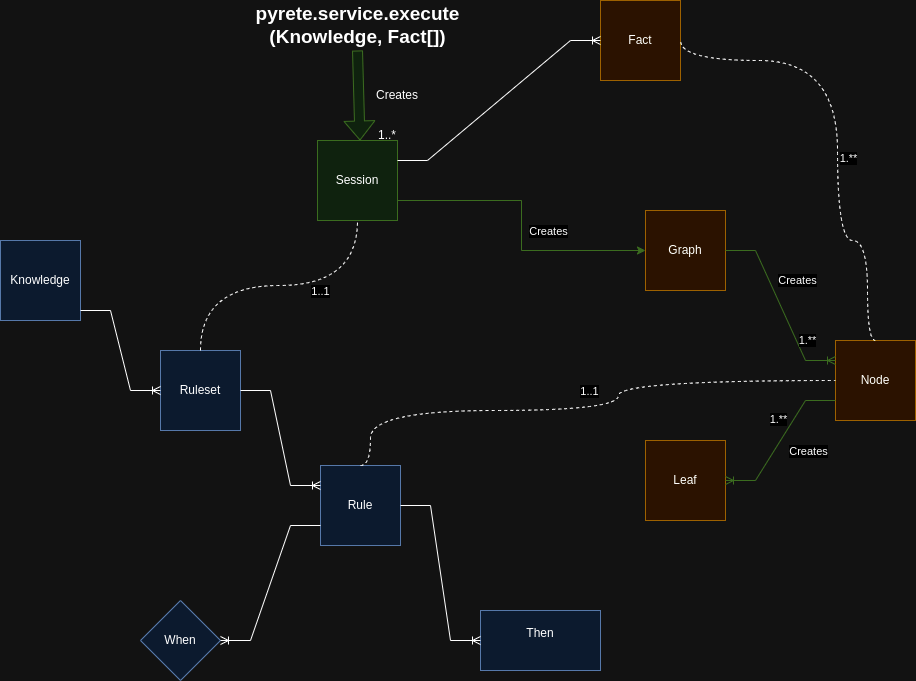
amitchatterjee/knowledgenet keeps this draw.io diagram as doc/Pyrete-Entity-Relationship.drawio.png. Above is the earlier version. Source tidied: cells renumbered, new cells last; positions are measured from the earlier drawing's top-left corner, leaving out a move shared by most shapes. Source of this version:
```xml
<mxGraphModel>
  <root>
    <mxCell id="0" />
    <mxCell id="1" parent="0" />
    <mxCell id="2" value="Knowledge" style="whiteSpace=wrap;html=1;fillColor=#dae8fc;strokeColor=#6c8ebf;" parent="1" vertex="1">
      <mxGeometry y="240" width="80" height="80" as="geometry" />
    </mxCell>
    <mxCell id="3" value="Ruleset" style="whiteSpace=wrap;html=1;fillColor=#dae8fc;strokeColor=#6c8ebf;" parent="1" vertex="1">
      <mxGeometry x="160" y="350" width="80" height="80" as="geometry" />
    </mxCell>
    <mxCell id="4" value="Rule" style="whiteSpace=wrap;html=1;fillColor=#dae8fc;strokeColor=#6c8ebf;" parent="1" vertex="1">
      <mxGeometry x="320" y="465" width="80" height="80" as="geometry" />
    </mxCell>
    <mxCell id="5" value="When" style="rhombus;whiteSpace=wrap;html=1;fillColor=#dae8fc;strokeColor=#6c8ebf;" parent="1" vertex="1">
      <mxGeometry x="140" y="600" width="80" height="80" as="geometry" />
    </mxCell>
    <mxCell id="6" value="Then&lt;div&gt;&lt;br&gt;&lt;/div&gt;" style="rounded=0;whiteSpace=wrap;html=1;fillColor=#dae8fc;strokeColor=#6c8ebf;" parent="1" vertex="1">
      <mxGeometry x="480" y="610" width="120" height="60" as="geometry" />
    </mxCell>
    <mxCell id="7" style="edgeStyle=orthogonalEdgeStyle;rounded=0;jettySize=auto;html=1;exitX=1;exitY=0.75;exitDx=0;exitDy=0;entryX=0;entryY=0.5;entryDx=0;entryDy=0;fillColor=#d5e8d4;strokeColor=#82b366;" parent="1" edge="1" source="9" target="11">
      <mxGeometry relative="1" as="geometry" />
    </mxCell>
    <mxCell id="8" value="Creates" style="edgeLabel;html=1;align=center;verticalAlign=middle;" parent="7" vertex="1">
      <mxGeometry x="-0.22" y="-2" relative="1" as="geometry">
        <mxPoint x="34" y="28" as="offset" />
      </mxGeometry>
    </mxCell>
    <mxCell id="9" value="Session" style="whiteSpace=wrap;html=1;fillColor=#d5e8d4;strokeColor=#82b366;" parent="1" vertex="1">
      <mxGeometry x="317" y="140" width="80" height="80" as="geometry" />
    </mxCell>
    <mxCell id="10" value="Fact" style="whiteSpace=wrap;html=1;fillColor=#ffe6cc;strokeColor=#d79b00;" parent="1" vertex="1">
      <mxGeometry x="600" width="80" height="80" as="geometry" />
    </mxCell>
    <mxCell id="11" value="Graph" style="whiteSpace=wrap;html=1;fillColor=#ffe6cc;strokeColor=#d79b00;" parent="1" vertex="1">
      <mxGeometry x="645" y="210" width="80" height="80" as="geometry" />
    </mxCell>
    <mxCell id="12" value="Node" style="whiteSpace=wrap;html=1;fillColor=#ffe6cc;strokeColor=#d79b00;" parent="1" vertex="1">
      <mxGeometry x="835" y="340" width="80" height="80" as="geometry" />
    </mxCell>
    <mxCell id="13" value="Leaf" style="whiteSpace=wrap;html=1;fillColor=#ffe6cc;strokeColor=#d79b00;" parent="1" vertex="1">
      <mxGeometry x="645" y="440" width="80" height="80" as="geometry" />
    </mxCell>
    <mxCell id="14" style="edgeStyle=entityRelationEdgeStyle;fontSize=12;html=1;endArrow=ERoneToMany;rounded=0;entryX=0;entryY=0.25;entryDx=0;entryDy=0;exitX=1;exitY=0.5;exitDx=0;exitDy=0;fillColor=#d5e8d4;strokeColor=#82b366;" parent="1" edge="1" source="11" target="12">
      <mxGeometry relative="1" as="geometry" />
    </mxCell>
    <mxCell id="15" value="Creates" style="edgeLabel;html=1;align=center;verticalAlign=middle;" parent="14" vertex="1">
      <mxGeometry x="0.26" y="-1" relative="1" as="geometry">
        <mxPoint x="8" y="-47" as="offset" />
      </mxGeometry>
    </mxCell>
    <mxCell id="16" value="1.**" style="edgeLabel;html=1;align=center;verticalAlign=middle;" parent="14" vertex="1">
      <mxGeometry x="0.42" relative="1" as="geometry">
        <mxPoint x="11" as="offset" />
      </mxGeometry>
    </mxCell>
    <mxCell id="17" style="edgeStyle=entityRelationEdgeStyle;fontSize=12;html=1;endArrow=ERoneToMany;rounded=0;exitX=0;exitY=0.75;exitDx=0;exitDy=0;entryX=1;entryY=0.5;entryDx=0;entryDy=0;fillColor=#d5e8d4;strokeColor=#82b366;" parent="1" edge="1" source="12" target="13">
      <mxGeometry relative="1" as="geometry" />
    </mxCell>
    <mxCell id="18" value="Creates" style="edgeLabel;html=1;align=center;verticalAlign=middle;" parent="17" vertex="1">
      <mxGeometry x="-0.09" y="4" relative="1" as="geometry">
        <mxPoint x="20" y="14" as="offset" />
      </mxGeometry>
    </mxCell>
    <mxCell id="19" value="1.**" style="edgeLabel;html=1;align=center;verticalAlign=middle;" parent="17" vertex="1">
      <mxGeometry x="-0.37" y="4" relative="1" as="geometry">
        <mxPoint x="-21" as="offset" />
      </mxGeometry>
    </mxCell>
    <mxCell id="20" style="edgeStyle=entityRelationEdgeStyle;fontSize=12;html=1;endArrow=ERoneToMany;rounded=0;exitX=1;exitY=0.25;exitDx=0;exitDy=0;" parent="1" edge="1" source="9" target="10">
      <mxGeometry relative="1" as="geometry">
        <Array as="points">
          <mxPoint x="350" y="590" />
          <mxPoint x="337" y="100" />
          <mxPoint x="200" y="300" />
          <mxPoint x="340" y="340" />
          <mxPoint x="270" y="330" />
          <mxPoint x="360" y="650" />
          <mxPoint x="320" y="580" />
          <mxPoint x="320" y="590" />
        </Array>
      </mxGeometry>
    </mxCell>
    <mxCell id="21" style="edgeStyle=entityRelationEdgeStyle;fontSize=12;html=1;endArrow=ERoneToMany;rounded=0;entryX=0;entryY=0.5;entryDx=0;entryDy=0;" parent="1" edge="1" target="3">
      <mxGeometry relative="1" as="geometry">
        <mxPoint x="80" y="310" as="sourcePoint" />
      </mxGeometry>
    </mxCell>
    <mxCell id="22" style="edgeStyle=entityRelationEdgeStyle;fontSize=12;html=1;endArrow=ERoneToMany;rounded=0;exitX=1;exitY=0.5;exitDx=0;exitDy=0;entryX=0;entryY=0.25;entryDx=0;entryDy=0;" parent="1" edge="1" source="3" target="4">
      <mxGeometry relative="1" as="geometry" />
    </mxCell>
    <mxCell id="23" style="edgeStyle=entityRelationEdgeStyle;fontSize=12;html=1;endArrow=ERoneToMany;rounded=0;entryX=0;entryY=0.5;entryDx=0;entryDy=0;exitX=1;exitY=0.5;exitDx=0;exitDy=0;" parent="1" edge="1" source="4" target="6">
      <mxGeometry relative="1" as="geometry" />
    </mxCell>
    <mxCell id="24" style="edgeStyle=entityRelationEdgeStyle;fontSize=12;html=1;endArrow=ERoneToMany;rounded=0;exitX=0;exitY=0.75;exitDx=0;exitDy=0;entryX=1;entryY=0.5;entryDx=0;entryDy=0;" parent="1" edge="1" source="4" target="5">
      <mxGeometry relative="1" as="geometry" />
    </mxCell>
    <mxCell id="25" style="endArrow=none;dashed=1;html=1;rounded=0;entryX=0;entryY=0.5;entryDx=0;entryDy=0;edgeStyle=orthogonalEdgeStyle;exitX=0.5;exitY=0;exitDx=0;exitDy=0;curved=1;" parent="1" edge="1" source="4" target="12">
      <mxGeometry relative="1" as="geometry">
        <Array as="points">
          <mxPoint x="370" y="465" />
          <mxPoint x="370" y="410" />
          <mxPoint x="618" y="410" />
          <mxPoint x="618" y="380" />
        </Array>
      </mxGeometry>
    </mxCell>
    <mxCell id="26" value="1..1" style="edgeLabel;html=1;align=center;verticalAlign=middle;" parent="25" vertex="1">
      <mxGeometry x="0.01" y="4" relative="1" as="geometry">
        <mxPoint y="-16" as="offset" />
      </mxGeometry>
    </mxCell>
    <mxCell id="27" style="endArrow=none;dashed=1;html=1;rounded=0;entryX=1;entryY=0.5;entryDx=0;entryDy=0;edgeStyle=orthogonalEdgeStyle;curved=1;exitX=0.5;exitY=0;exitDx=0;exitDy=0;" parent="1" edge="1" source="12" target="10">
      <mxGeometry relative="1" as="geometry">
        <Array as="points">
          <mxPoint x="867" y="340" />
          <mxPoint x="867" y="240" />
          <mxPoint x="837" y="240" />
          <mxPoint x="837" y="60" />
        </Array>
      </mxGeometry>
    </mxCell>
    <mxCell id="28" value="1.**" style="edgeLabel;html=1;align=center;verticalAlign=middle;" parent="27" vertex="1">
      <mxGeometry x="-0.11" y="8" relative="1" as="geometry">
        <mxPoint x="18" as="offset" />
      </mxGeometry>
    </mxCell>
    <mxCell id="29" style="shape=flexArrow;endArrow=classic;html=1;rounded=0;fillColor=#d5e8d4;strokeColor=#82b366;exitX=0.5;exitY=1;exitDx=0;exitDy=0;" parent="1" edge="1" source="32">
      <mxGeometry relative="1" as="geometry">
        <mxPoint x="359.5" y="140" as="targetPoint" />
      </mxGeometry>
    </mxCell>
    <mxCell id="30" style="endArrow=none;dashed=1;html=1;rounded=0;exitX=0.5;exitY=0;exitDx=0;exitDy=0;entryX=0.5;entryY=1;entryDx=0;entryDy=0;edgeStyle=orthogonalEdgeStyle;curved=1;" parent="1" edge="1" source="3" target="9">
      <mxGeometry relative="1" as="geometry" />
    </mxCell>
    <mxCell id="31" value="1..1" style="edgeLabel;html=1;align=center;verticalAlign=middle;" parent="30" vertex="1">
      <mxGeometry x="0.25" y="2" relative="1" as="geometry">
        <mxPoint x="5" y="7" as="offset" />
      </mxGeometry>
    </mxCell>
    <mxCell id="32" value="&lt;b&gt;&lt;font style=&quot;font-size: 19px;&quot;&gt;pyrete.service.execute (Knowledge, Fact[])&lt;/font&gt;&lt;/b&gt;" style="text;html=1;align=center;verticalAlign=middle;whiteSpace=wrap;rounded=0;" parent="1" vertex="1">
      <mxGeometry x="268.8" width="176.5" height="50" as="geometry" />
    </mxCell>
    <mxCell id="33" value="Creates" style="text;html=1;align=center;verticalAlign=middle;whiteSpace=wrap;rounded=0;" parent="1" vertex="1">
      <mxGeometry x="367" y="80" width="60" height="30" as="geometry" />
    </mxCell>
    <mxCell id="34" value="1..*" style="text;html=1;align=center;verticalAlign=middle;whiteSpace=wrap;rounded=0;" parent="1" vertex="1">
      <mxGeometry x="357" y="120" width="60" height="30" as="geometry" />
    </mxCell>
  </root>
</mxGraphModel>
```
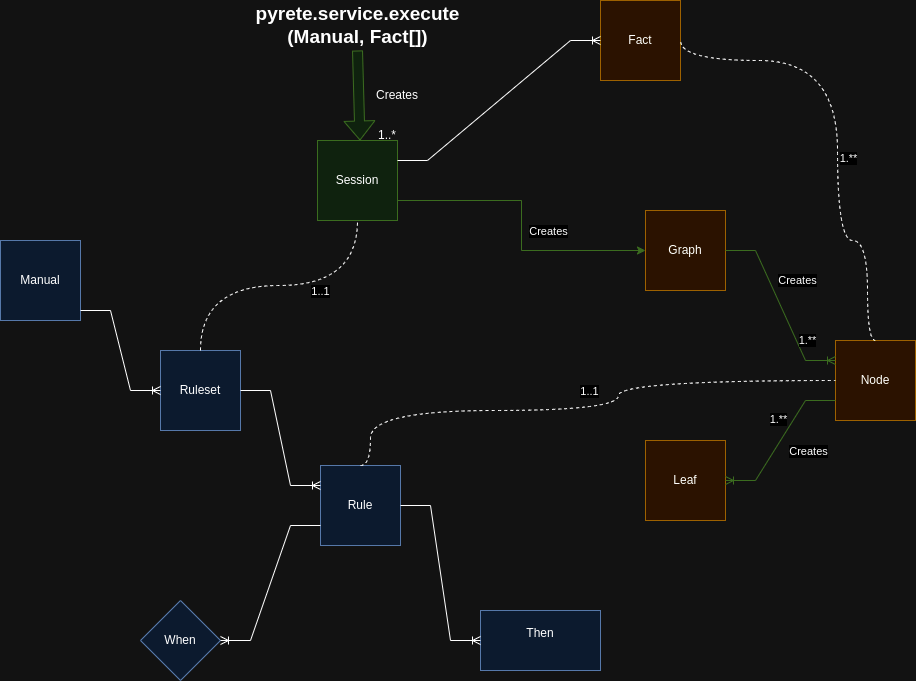
The same file after the commit.

Commit message:
Changed Knowledge to Manual

Diff of the diagram source:
```diff
@@ -2,7 +2,7 @@
   <root>
     <mxCell id="0" />
     <mxCell id="1" parent="0" />
-    <mxCell id="2" value="Knowledge" style="whiteSpace=wrap;html=1;fillColor=#dae8fc;strokeColor=#6c8ebf;" parent="1" vertex="1">
+    <mxCell id="2" value="Manual" style="whiteSpace=wrap;html=1;fillColor=#dae8fc;strokeColor=#6c8ebf;" parent="1" vertex="1">
       <mxGeometry y="240" width="80" height="80" as="geometry" />
     </mxCell>
     <mxCell id="3" value="Ruleset" style="whiteSpace=wrap;html=1;fillColor=#dae8fc;strokeColor=#6c8ebf;" parent="1" vertex="1">
@@ -137,7 +137,7 @@
         <mxPoint x="5" y="7" as="offset" />
       </mxGeometry>
     </mxCell>
-    <mxCell id="32" value="&lt;b&gt;&lt;font style=&quot;font-size: 19px;&quot;&gt;pyrete.service.execute (Knowledge, Fact[])&lt;/font&gt;&lt;/b&gt;" style="text;html=1;align=center;verticalAlign=middle;whiteSpace=wrap;rounded=0;" parent="1" vertex="1">
+    <mxCell id="32" value="&lt;b&gt;&lt;font style=&quot;font-size: 19px;&quot;&gt;pyrete.service.execute (Manual, Fact[])&lt;/font&gt;&lt;/b&gt;" style="text;html=1;align=center;verticalAlign=middle;whiteSpace=wrap;rounded=0;" parent="1" vertex="1">
       <mxGeometry x="268.8" width="176.5" height="50" as="geometry" />
     </mxCell>
     <mxCell id="33" value="Creates" style="text;html=1;align=center;verticalAlign=middle;whiteSpace=wrap;rounded=0;" parent="1" vertex="1">
```
